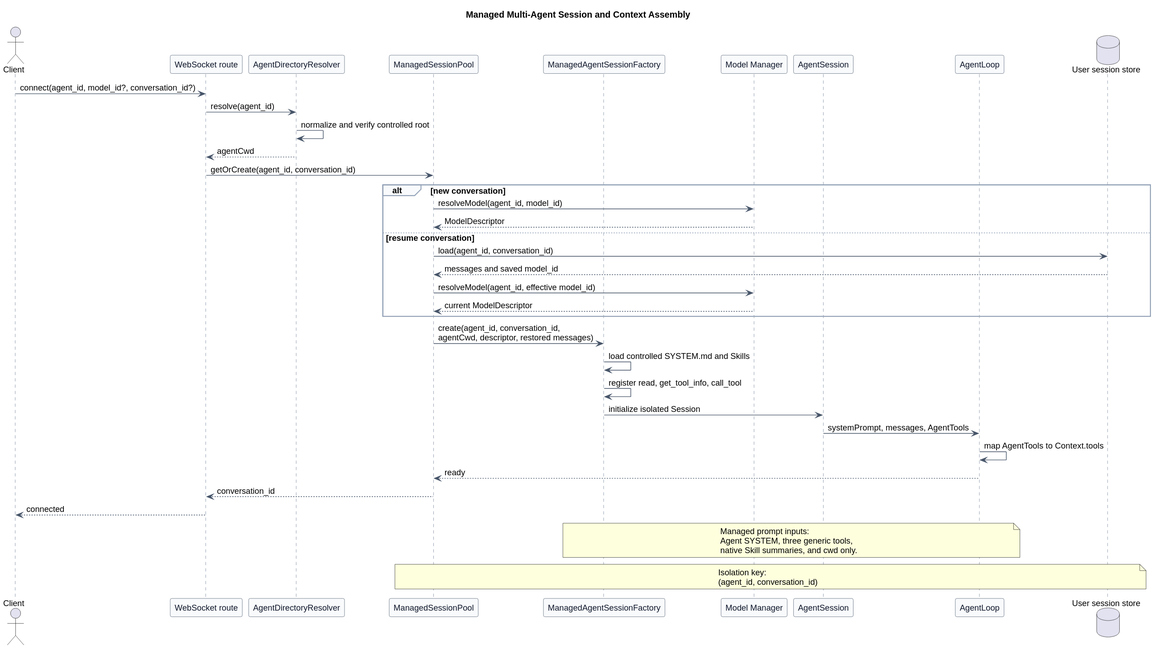
This is pi-mono-java-manager-driven-multi-agent-runtime/managed_session_context_assembly.svg from superheromeZzh/pi-mono-java-design, a PlantUML export, as it was before one commit. The source it was exported from:
```plantuml
@startuml
title Managed Multi-Agent Session and Context Assembly


skinparam backgroundColor #FFFFFF
skinparam shadowing false
skinparam defaultFontName Arial
skinparam defaultFontSize 13
skinparam participant {
  BackgroundColor #F8FAFC
  BorderColor #475569
  FontColor #0F172A
}
skinparam ArrowColor #475569
skinparam sequence {
  LifeLineBorderColor #64748B
  LifeLineBackgroundColor #F8FAFC
  GroupBorderColor #94A3B8
  GroupBackgroundColor #F8FAFC
}

actor Client
participant "WebSocket route" as WS
participant "AgentDirectoryResolver" as Resolver
participant "ManagedSessionPool" as Pool
participant "ManagedAgentSessionFactory" as Factory
participant "Model Manager" as ModelManager
participant "AgentSession" as Session
participant "AgentLoop" as Loop
database "User session store" as Store

Client -> WS : connect(agent_id, model_id?, conversation_id?)
WS -> Resolver : resolve(agent_id)
Resolver -> Resolver : normalize and verify controlled root
Resolver --> WS : agentCwd
WS -> Pool : getOrCreate(agent_id, conversation_id)

alt new conversation
  Pool -> ModelManager : resolveModel(agent_id, model_id)
  ModelManager --> Pool : ModelDescriptor
else resume conversation
  Pool -> Store : load(agent_id, conversation_id)
  Store --> Pool : messages and saved model_id
  Pool -> ModelManager : resolveModel(agent_id, effective model_id)
  ModelManager --> Pool : current ModelDescriptor
end

Pool -> Factory : create(agent_id, conversation_id,\nagentCwd, descriptor, restored messages)
Factory -> Factory : load controlled SYSTEM.md and Skills
Factory -> Factory : register read, get_tool_info, call_tool
Factory -> Session : initialize isolated Session
Session -> Loop : systemPrompt, messages, AgentTools
Loop -> Loop : map AgentTools to Context.tools
Loop --> Pool : ready
Pool --> WS : conversation_id
WS --> Client : connected

note over Factory,Loop
Managed prompt inputs:
Agent SYSTEM, three generic tools,
native Skill summaries, and cwd only.
end note

note over Pool,Store
Isolation key:
(agent_id, conversation_id)
end note
@enduml
```
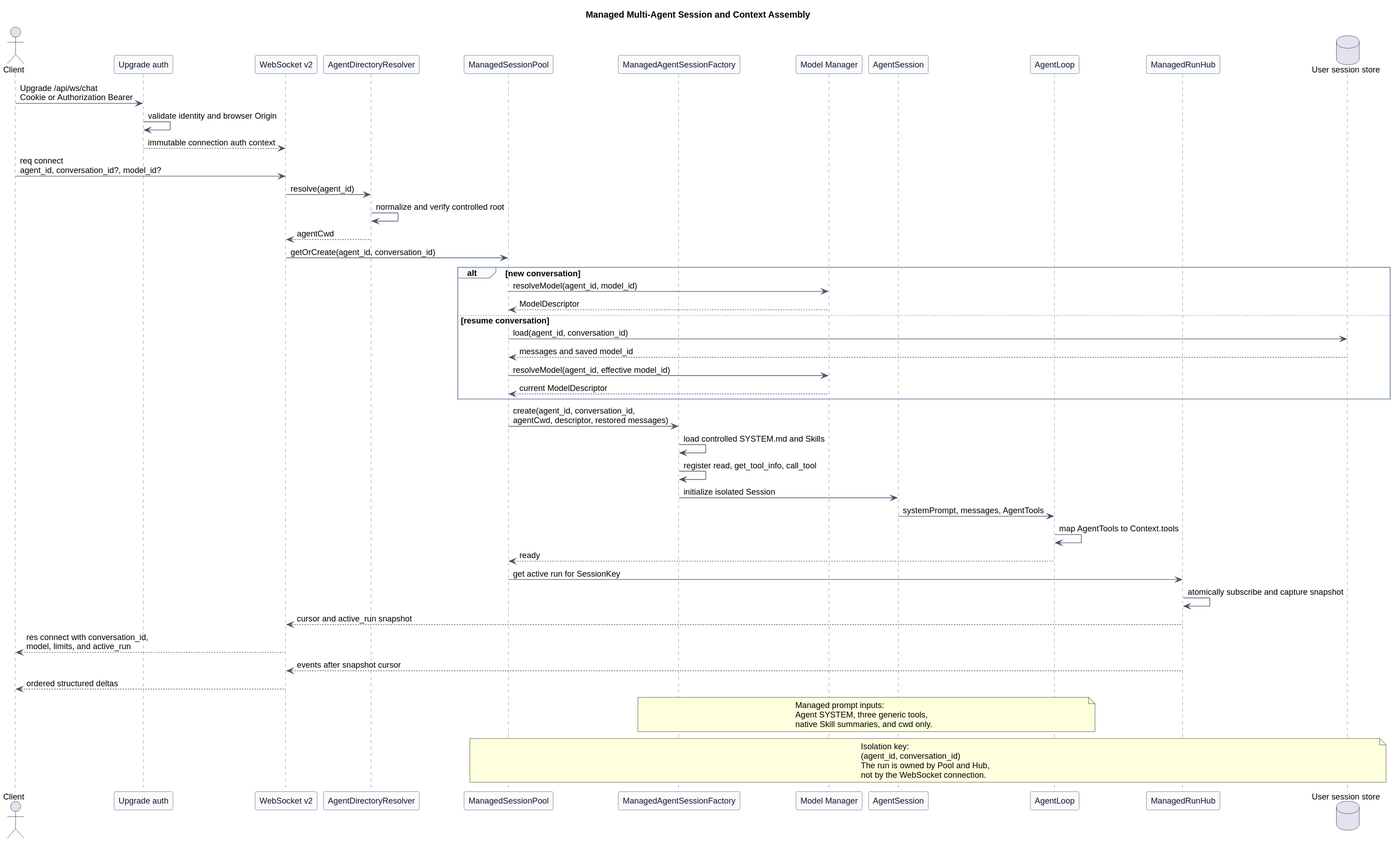
After the change.

Commit message:
docs(agent): design session websocket v2

Change to the diagram source:
```diff
@@ -20,16 +20,21 @@
 }
 
 actor Client
-participant "WebSocket route" as WS
+participant "Upgrade auth" as Auth
+participant "WebSocket v2" as WS
 participant "AgentDirectoryResolver" as Resolver
 participant "ManagedSessionPool" as Pool
 participant "ManagedAgentSessionFactory" as Factory
 participant "Model Manager" as ModelManager
 participant "AgentSession" as Session
 participant "AgentLoop" as Loop
+participant "ManagedRunHub" as Hub
 database "User session store" as Store
 
-Client -> WS : connect(agent_id, model_id?, conversation_id?)
+Client -> Auth : Upgrade /api/ws/chat\nCookie or Authorization Bearer
+Auth -> Auth : validate identity and browser Origin
+Auth --> WS : immutable connection auth context
+Client -> WS : req connect\nagent_id, conversation_id?, model_id?
 WS -> Resolver : resolve(agent_id)
 Resolver -> Resolver : normalize and verify controlled root
 Resolver --> WS : agentCwd
@@ -52,8 +57,12 @@
 Session -> Loop : systemPrompt, messages, AgentTools
 Loop -> Loop : map AgentTools to Context.tools
 Loop --> Pool : ready
-Pool --> WS : conversation_id
-WS --> Client : connected
+Pool -> Hub : get active run for SessionKey
+Hub -> Hub : atomically subscribe and capture snapshot
+Hub --> WS : cursor and active_run snapshot
+WS --> Client : res connect with conversation_id,\nmodel, limits, and active_run
+Hub --> WS : events after snapshot cursor
+WS --> Client : ordered structured deltas
 
 note over Factory,Loop
 Managed prompt inputs:
@@ -64,5 +73,7 @@
 note over Pool,Store
 Isolation key:
 (agent_id, conversation_id)
+The run is owned by Pool and Hub,
+not by the WebSocket connection.
 end note
 @enduml
```
